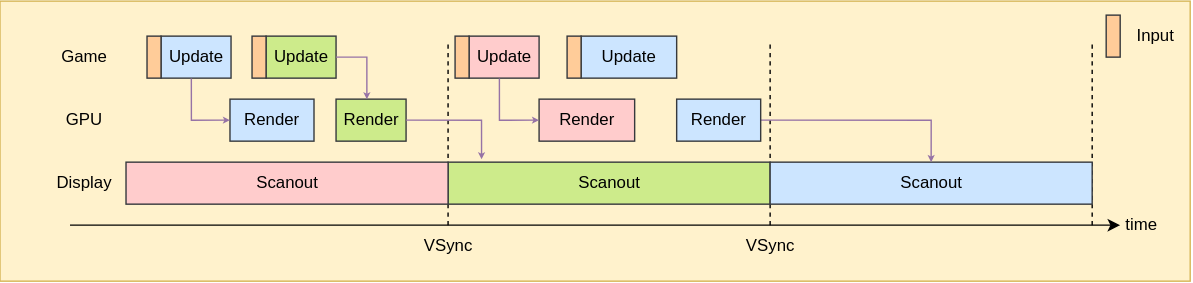
Earlier version of the draw.io export public/posts/timestep-and-frame-pacing-2/resources/modern_7.svg (raylee9919/raylee9919.github.io). Source tidied: cells renumbered, new cells last; positions are measured from the earlier drawing's top-left corner, leaving out a move shared by most shapes. The source it was exported from:
```xml
<mxGraphModel>
  <root>
    <mxCell id="0" />
    <mxCell id="1" parent="0" />
    <mxCell id="2" style="rounded=0;whiteSpace=wrap;html=1;fillColor=#fff2cc;strokeColor=#d6b656;" parent="1" vertex="1">
      <mxGeometry width="850" height="200" as="geometry" />
    </mxCell>
    <mxCell id="3" value="Update" style="rounded=0;whiteSpace=wrap;html=1;fillColor=#cce5ff;strokeColor=#36393d;" parent="1" vertex="1">
      <mxGeometry x="115" y="25" width="50" height="30" as="geometry" />
    </mxCell>
    <mxCell id="4" style="endArrow=classic;html=1;rounded=0;entryX=0;entryY=0.5;entryDx=0;entryDy=0;" parent="1" edge="1" target="5">
      <mxGeometry relative="1" as="geometry">
        <mxPoint x="50" y="160" as="sourcePoint" />
      </mxGeometry>
    </mxCell>
    <mxCell id="5" value="time" style="text;html=1;whiteSpace=wrap;strokeColor=none;fillColor=none;align=center;verticalAlign=middle;rounded=0;" parent="1" vertex="1">
      <mxGeometry x="800" y="145" width="30" height="30" as="geometry" />
    </mxCell>
    <mxCell id="6" value="Game" style="text;html=1;whiteSpace=wrap;strokeColor=none;fillColor=none;align=center;verticalAlign=middle;rounded=0;" parent="1" vertex="1">
      <mxGeometry x="30" y="25" width="60" height="30" as="geometry" />
    </mxCell>
    <mxCell id="7" value="GPU" style="text;html=1;whiteSpace=wrap;strokeColor=none;fillColor=none;align=center;verticalAlign=middle;rounded=0;" parent="1" vertex="1">
      <mxGeometry x="30" y="70" width="60" height="30" as="geometry" />
    </mxCell>
    <mxCell id="8" value="Display" style="text;html=1;whiteSpace=wrap;strokeColor=none;fillColor=none;align=center;verticalAlign=middle;rounded=0;" parent="1" vertex="1">
      <mxGeometry x="30" y="115" width="60" height="30" as="geometry" />
    </mxCell>
    <mxCell id="9" value="Render" style="rounded=0;whiteSpace=wrap;html=1;fillColor=#cce5ff;strokeColor=#36393d;" parent="1" vertex="1">
      <mxGeometry x="164.2" y="70" width="60" height="30" as="geometry" />
    </mxCell>
    <mxCell id="10" style="endArrow=none;dashed=1;html=1;rounded=0;" parent="1" edge="1">
      <mxGeometry relative="1" as="geometry">
        <mxPoint x="320" y="160" as="sourcePoint" />
        <mxPoint x="320" y="30" as="targetPoint" />
      </mxGeometry>
    </mxCell>
    <mxCell id="11" style="endArrow=none;dashed=1;html=1;rounded=0;" parent="1" edge="1">
      <mxGeometry relative="1" as="geometry">
        <mxPoint x="550" y="160" as="sourcePoint" />
        <mxPoint x="550" y="30" as="targetPoint" />
      </mxGeometry>
    </mxCell>
    <mxCell id="12" style="endArrow=none;dashed=1;html=1;rounded=0;" parent="1" edge="1">
      <mxGeometry relative="1" as="geometry">
        <mxPoint x="780" y="160" as="sourcePoint" />
        <mxPoint x="780" y="30" as="targetPoint" />
      </mxGeometry>
    </mxCell>
    <mxCell id="13" style="endArrow=classic;html=1;rounded=0;exitX=0.433;exitY=1.011;exitDx=0;exitDy=0;entryX=0;entryY=0.5;entryDx=0;entryDy=0;endSize=2;edgeStyle=orthogonalEdgeStyle;fillColor=#e1d5e7;strokeColor=#9673a6;exitPerimeter=0;" parent="1" edge="1" source="3" target="9">
      <mxGeometry relative="1" as="geometry" />
    </mxCell>
    <mxCell id="14" value="Scanout" style="rounded=0;whiteSpace=wrap;html=1;fillColor=#cdeb8b;strokeColor=#36393d;" parent="1" vertex="1">
      <mxGeometry x="320" y="115" width="230" height="30" as="geometry" />
    </mxCell>
    <mxCell id="15" value="Update" style="rounded=0;whiteSpace=wrap;html=1;fillColor=#ffcccc;strokeColor=#36393d;" parent="1" vertex="1">
      <mxGeometry x="335" y="25" width="50" height="30" as="geometry" />
    </mxCell>
    <mxCell id="16" value="Render" style="rounded=0;whiteSpace=wrap;html=1;fillColor=#ffcccc;strokeColor=#36393d;" parent="1" vertex="1">
      <mxGeometry x="385" y="70" width="68.2" height="30" as="geometry" />
    </mxCell>
    <mxCell id="17" style="endArrow=classic;html=1;rounded=0;exitX=0.433;exitY=1.011;exitDx=0;exitDy=0;entryX=0;entryY=0.5;entryDx=0;entryDy=0;endSize=2;edgeStyle=orthogonalEdgeStyle;fillColor=#e1d5e7;strokeColor=#9673a6;exitPerimeter=0;" parent="1" edge="1" source="15" target="16">
      <mxGeometry relative="1" as="geometry" />
    </mxCell>
    <mxCell id="18" value="Scanout" style="rounded=0;whiteSpace=wrap;html=1;fillColor=#cce5ff;strokeColor=#36393d;" parent="1" vertex="1">
      <mxGeometry x="550" y="115" width="230" height="30" as="geometry" />
    </mxCell>
    <mxCell id="19" style="endArrow=classic;html=1;rounded=0;exitX=1;exitY=0.5;exitDx=0;exitDy=0;entryX=0.5;entryY=0;entryDx=0;entryDy=0;endSize=2;edgeStyle=orthogonalEdgeStyle;fillColor=#e1d5e7;strokeColor=#9673a6;" parent="1" edge="1" source="32" target="18">
      <mxGeometry relative="1" as="geometry" />
    </mxCell>
    <mxCell id="20" style="rounded=0;whiteSpace=wrap;html=1;fillColor=#ffcc99;strokeColor=#36393d;" parent="1" vertex="1">
      <mxGeometry x="105" y="25" width="10" height="30" as="geometry" />
    </mxCell>
    <mxCell id="21" style="rounded=0;whiteSpace=wrap;html=1;fillColor=#ffcc99;strokeColor=#36393d;" parent="1" vertex="1">
      <mxGeometry x="790" y="10" width="10" height="30" as="geometry" />
    </mxCell>
    <mxCell id="22" value="Input" style="text;html=1;whiteSpace=wrap;strokeColor=none;fillColor=none;align=center;verticalAlign=middle;rounded=0;" parent="1" vertex="1">
      <mxGeometry x="800" y="10" width="50" height="30" as="geometry" />
    </mxCell>
    <mxCell id="23" style="rounded=0;whiteSpace=wrap;html=1;fillColor=#ffcc99;strokeColor=#36393d;" parent="1" vertex="1">
      <mxGeometry x="325" y="25" width="10" height="30" as="geometry" />
    </mxCell>
    <mxCell id="24" value="Update" style="rounded=0;whiteSpace=wrap;html=1;fillColor=#cdeb8b;strokeColor=#36393d;" parent="1" vertex="1">
      <mxGeometry x="190" y="25" width="50" height="30" as="geometry" />
    </mxCell>
    <mxCell id="25" style="rounded=0;whiteSpace=wrap;html=1;fillColor=#ffcc99;strokeColor=#36393d;" parent="1" vertex="1">
      <mxGeometry x="180" y="25" width="10" height="30" as="geometry" />
    </mxCell>
    <mxCell id="26" value="Render" style="rounded=0;whiteSpace=wrap;html=1;fillColor=#cdeb8b;strokeColor=#36393d;" parent="1" vertex="1">
      <mxGeometry x="240" y="70" width="50" height="30" as="geometry" />
    </mxCell>
    <mxCell id="27" style="endArrow=classic;html=1;rounded=0;exitX=1;exitY=0.5;exitDx=0;exitDy=0;entryX=0.44;entryY=0.005;entryDx=0;entryDy=0;endSize=2;edgeStyle=orthogonalEdgeStyle;fillColor=#e1d5e7;strokeColor=#9673a6;entryPerimeter=0;" parent="1" edge="1" source="24" target="26">
      <mxGeometry relative="1" as="geometry" />
    </mxCell>
    <mxCell id="28" style="endArrow=classic;html=1;rounded=0;exitX=1;exitY=0.5;exitDx=0;exitDy=0;entryX=0.104;entryY=-0.067;entryDx=0;entryDy=0;endSize=2;edgeStyle=orthogonalEdgeStyle;fillColor=#e1d5e7;strokeColor=#9673a6;entryPerimeter=0;" parent="1" edge="1" source="26" target="14">
      <mxGeometry relative="1" as="geometry" />
    </mxCell>
    <mxCell id="29" value="Scanout" style="rounded=0;whiteSpace=wrap;html=1;fillColor=#ffcccc;strokeColor=#36393d;" parent="1" vertex="1">
      <mxGeometry x="90" y="115" width="230" height="30" as="geometry" />
    </mxCell>
    <mxCell id="30" value="Update" style="rounded=0;whiteSpace=wrap;html=1;fillColor=#cce5ff;strokeColor=#36393d;" parent="1" vertex="1">
      <mxGeometry x="415" y="25" width="68.2" height="30" as="geometry" />
    </mxCell>
    <mxCell id="31" style="rounded=0;whiteSpace=wrap;html=1;fillColor=#ffcc99;strokeColor=#36393d;" parent="1" vertex="1">
      <mxGeometry x="405" y="25" width="10" height="30" as="geometry" />
    </mxCell>
    <mxCell id="32" value="Render" style="rounded=0;whiteSpace=wrap;html=1;fillColor=#cce5ff;strokeColor=#36393d;" parent="1" vertex="1">
      <mxGeometry x="483.2" y="70" width="60" height="30" as="geometry" />
    </mxCell>
    <mxCell id="33" value="VSync" style="text;html=1;whiteSpace=wrap;strokeColor=none;fillColor=none;align=center;verticalAlign=middle;rounded=0;" parent="1" vertex="1">
      <mxGeometry x="290" y="160" width="60" height="30" as="geometry" />
    </mxCell>
    <mxCell id="34" value="VSync" style="text;html=1;whiteSpace=wrap;strokeColor=none;fillColor=none;align=center;verticalAlign=middle;rounded=0;" parent="1" vertex="1">
      <mxGeometry x="520" y="160" width="60" height="30" as="geometry" />
    </mxCell>
  </root>
</mxGraphModel>
```
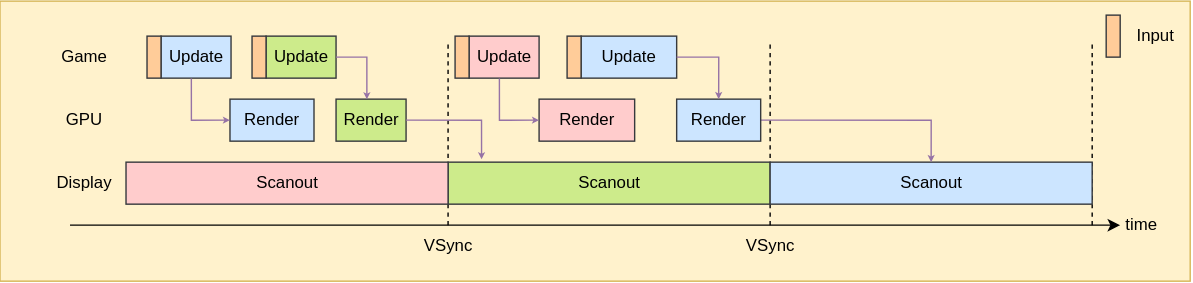
Above is the later version.

What changed in the source:
```diff
@@ -112,5 +112,8 @@
     <mxCell id="34" value="VSync" style="text;html=1;whiteSpace=wrap;strokeColor=none;fillColor=none;align=center;verticalAlign=middle;rounded=0;" parent="1" vertex="1">
       <mxGeometry x="520" y="160" width="60" height="30" as="geometry" />
     </mxCell>
+    <mxCell id="35" style="endArrow=classic;html=1;rounded=0;exitX=1;exitY=0.5;exitDx=0;exitDy=0;entryX=0.5;entryY=0;entryDx=0;entryDy=0;endSize=2;edgeStyle=orthogonalEdgeStyle;fillColor=#e1d5e7;strokeColor=#9673a6;" parent="1" edge="1" source="30" target="32">
+      <mxGeometry relative="1" as="geometry" />
+    </mxCell>
   </root>
 </mxGraphModel>
```
